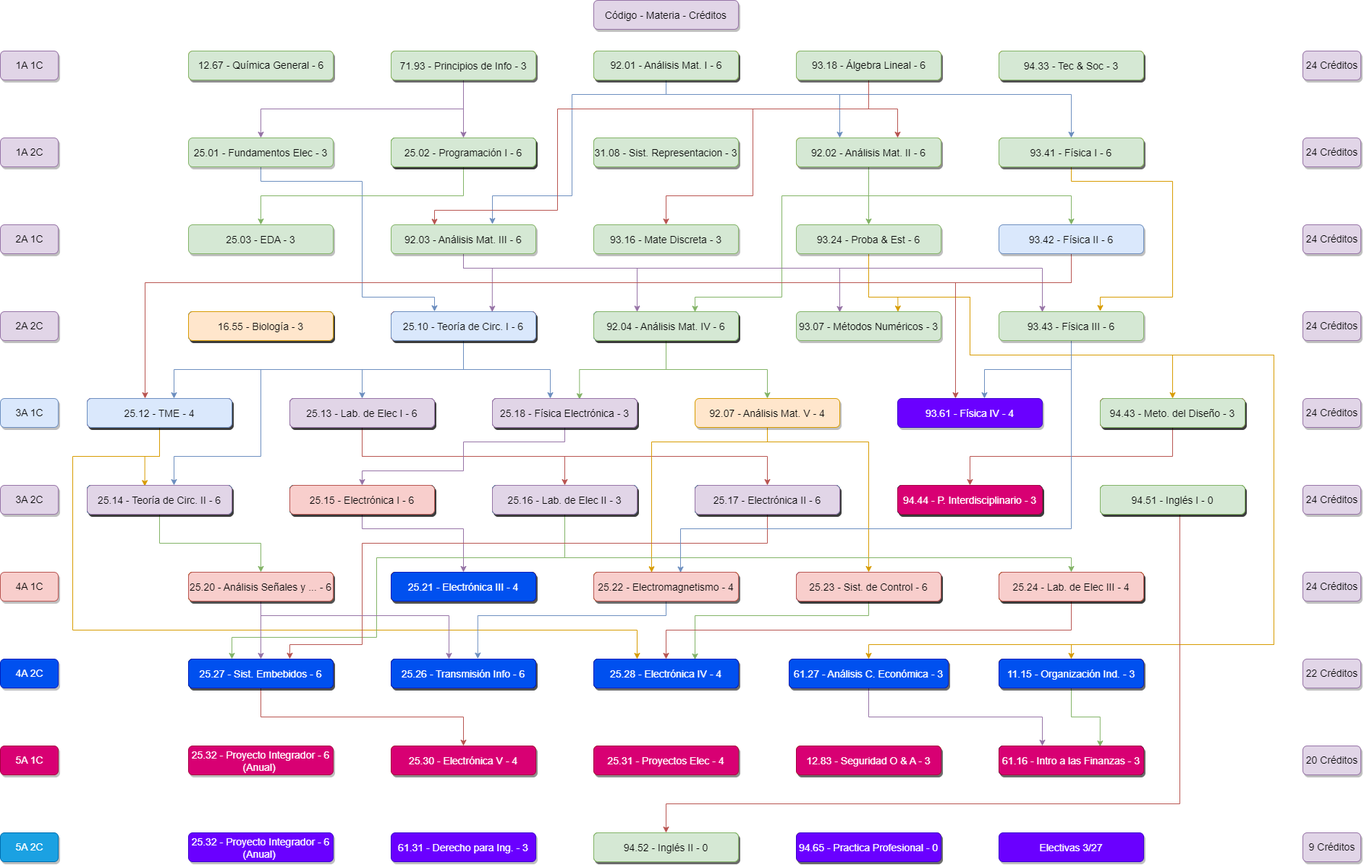
Earlier version of the draw.io export K22.drawio.png (juanipla/K22). Source tidied: cells renumbered, new cells last; positions are measured from the earlier drawing's top-left corner, leaving out a move shared by most shapes.
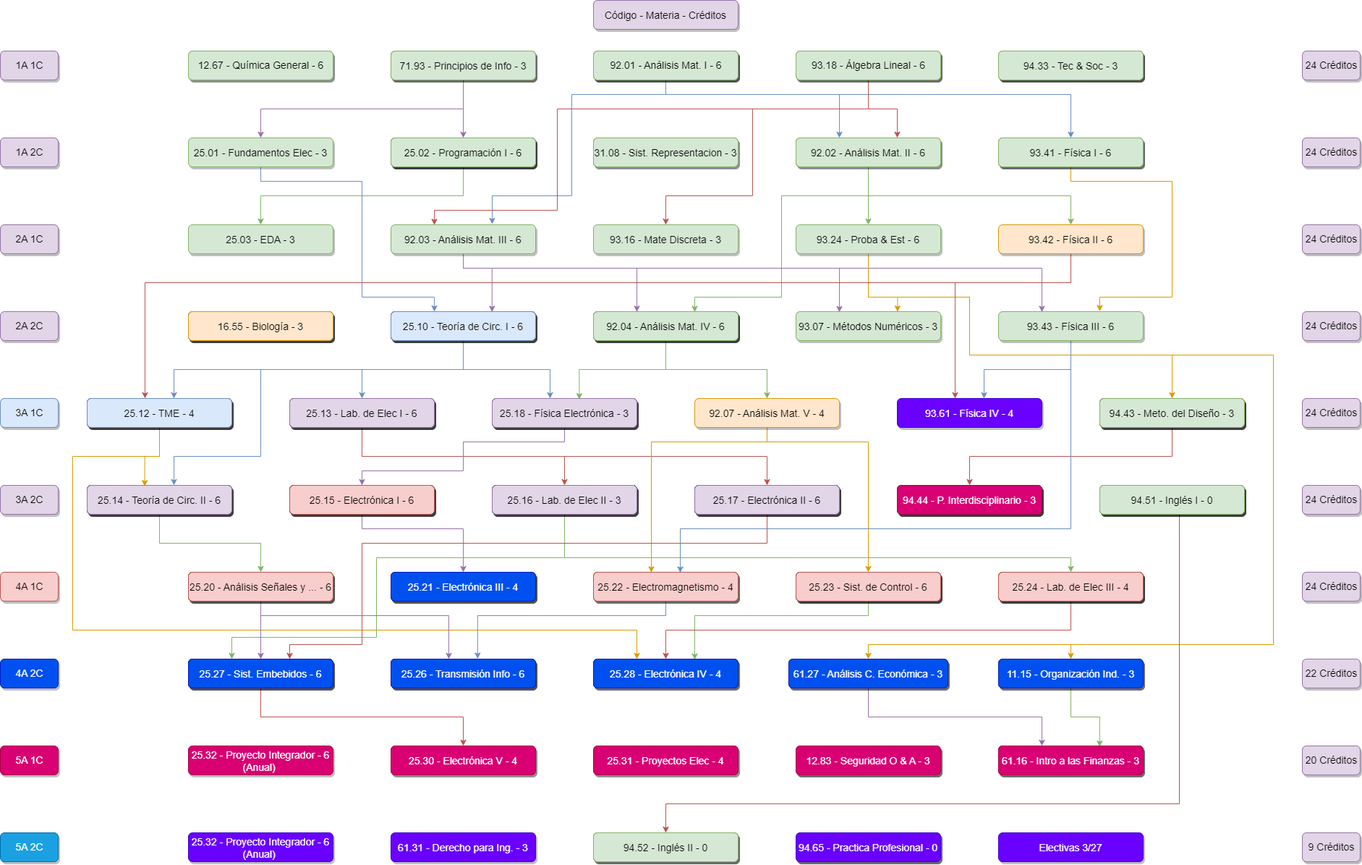
After the change.

Diff of the diagram source:
```diff
@@ -256,7 +256,7 @@
         </Array>
       </mxGeometry>
     </mxCell>
-    <mxCell id="41" value="93.42 - Física II - 6" style="rounded=1;fillColor=#dae8fc;strokeColor=#6c8ebf;shadow=1;fontStyle=0;fontSize=14;labelBorderColor=none;labelBackgroundColor=none;verticalAlign=middle;" parent="1" vertex="1">
+    <mxCell id="41" value="93.42 - Física II - 6" style="rounded=1;fillColor=#ffe6cc;strokeColor=#d79b00;shadow=1;fontStyle=0;fontSize=14;labelBorderColor=none;labelBackgroundColor=none;verticalAlign=middle;" parent="1" vertex="1">
       <mxGeometry x="1380" y="310" width="200" height="40" as="geometry" />
     </mxCell>
     <mxCell id="42" value="1A 1C" style="rounded=1;fillColor=#e1d5e7;strokeColor=#9673a6;shadow=1;fontStyle=0;fontSize=14;labelBorderColor=none;labelBackgroundColor=none;html=1;" parent="1" vertex="1">
```
